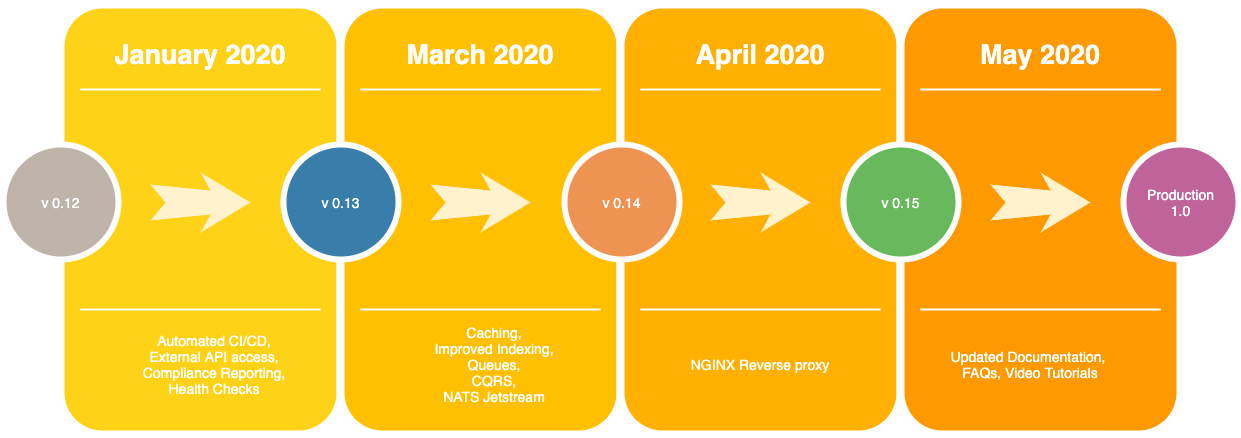
Cingulara/openrmf-io keeps this draw.io diagram as wwwroot/img/OpenRMF-roadmap.png. Above is the earlier version. Source tidied: cells renumbered, new cells last; positions are measured from the earlier drawing's top-left corner, leaving out a move shared by most shapes.
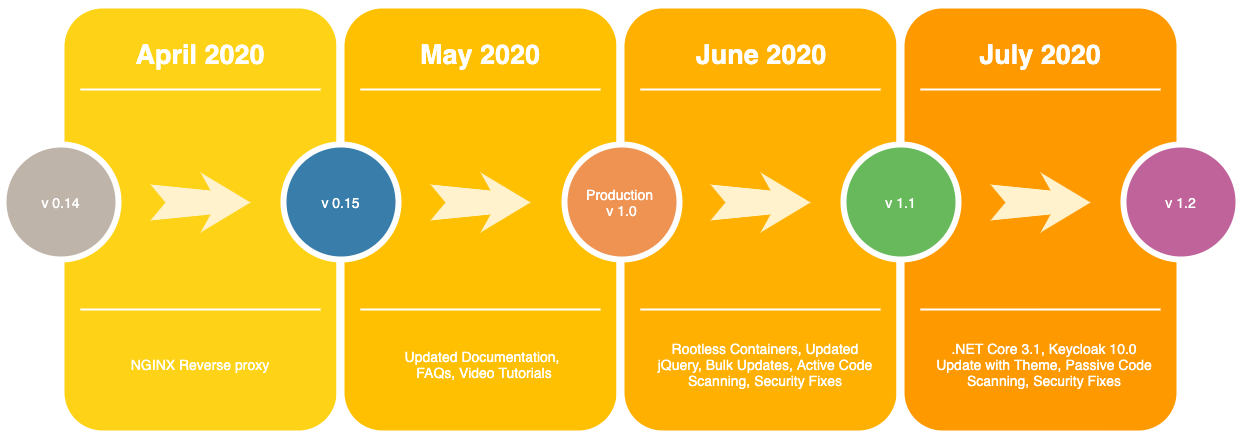
After the change.

Commit message:
Updating the Roadmap; Fixing the email listing

Diff of the diagram source:
```diff
@@ -5,16 +5,13 @@
     <mxCell id="2" style="whiteSpace=wrap;html=1;rounded=1;shadow=0;strokeWidth=8;fontSize=20;align=center;fillColor=#FED217;strokeColor=#FFFFFF;" parent="1" vertex="1">
       <mxGeometry x="57" width="280" height="430" as="geometry" />
     </mxCell>
-    <mxCell id="3" value="January 2020" style="text;html=1;strokeColor=none;fillColor=none;align=center;verticalAlign=middle;whiteSpace=wrap;rounded=0;shadow=0;fontSize=27;fontColor=#FFFFFF;fontStyle=1;" parent="1" vertex="1">
-      <mxGeometry x="57" y="20" width="280" height="60" as="geometry" />
-    </mxCell>
     <mxCell id="4" style="line;strokeWidth=2;html=1;rounded=0;shadow=0;fontSize=27;align=center;fillColor=none;strokeColor=#FFFFFF;" parent="1" vertex="1">
       <mxGeometry x="77" y="80" width="240" height="10" as="geometry" />
     </mxCell>
     <mxCell id="5" style="line;strokeWidth=2;html=1;rounded=0;shadow=0;fontSize=27;align=center;fillColor=none;strokeColor=#FFFFFF;" parent="1" vertex="1">
       <mxGeometry x="77" y="300" width="240" height="10" as="geometry" />
     </mxCell>
-    <mxCell id="6" value="v 0.12" style="ellipse;whiteSpace=wrap;html=1;rounded=0;shadow=0;strokeWidth=6;fontSize=14;align=center;fillColor=#BFB4A9;strokeColor=#FFFFFF;fontColor=#FFFFFF;" parent="1" vertex="1">
+    <mxCell id="6" value="v 0.14" style="ellipse;whiteSpace=wrap;html=1;rounded=0;shadow=0;strokeWidth=6;fontSize=14;align=center;fillColor=#BFB4A9;strokeColor=#FFFFFF;fontColor=#FFFFFF;" parent="1" vertex="1">
       <mxGeometry y="140" width="115" height="115" as="geometry" />
     </mxCell>
     <mxCell id="7" style="html=1;shadow=0;dashed=0;align=center;verticalAlign=middle;shape=mxgraph.arrows2.stylisedArrow;dy=0.6;dx=40;notch=15;feather=0.4;rounded=0;strokeWidth=1;fontSize=27;strokeColor=none;fillColor=#fff2cc;" parent="1" vertex="1">
@@ -23,16 +20,13 @@
     <mxCell id="8" style="whiteSpace=wrap;html=1;rounded=1;shadow=0;strokeWidth=8;fontSize=20;align=center;fillColor=#FFC001;strokeColor=#FFFFFF;" parent="1" vertex="1">
       <mxGeometry x="337" width="280" height="430" as="geometry" />
     </mxCell>
-    <mxCell id="9" value="March 2020" style="text;html=1;strokeColor=none;fillColor=none;align=center;verticalAlign=middle;whiteSpace=wrap;rounded=0;shadow=0;fontSize=27;fontColor=#FFFFFF;fontStyle=1;" parent="1" vertex="1">
-      <mxGeometry x="337" y="20" width="280" height="60" as="geometry" />
-    </mxCell>
     <mxCell id="10" style="line;strokeWidth=2;html=1;rounded=0;shadow=0;fontSize=27;align=center;fillColor=none;strokeColor=#FFFFFF;" parent="1" vertex="1">
       <mxGeometry x="357" y="80" width="240" height="10" as="geometry" />
     </mxCell>
     <mxCell id="11" style="line;strokeWidth=2;html=1;rounded=0;shadow=0;fontSize=27;align=center;fillColor=none;strokeColor=#FFFFFF;" parent="1" vertex="1">
       <mxGeometry x="357" y="300" width="240" height="10" as="geometry" />
     </mxCell>
-    <mxCell id="12" value="v 0.13" style="ellipse;whiteSpace=wrap;html=1;rounded=0;shadow=0;strokeWidth=6;fontSize=14;align=center;fillColor=#397DAA;strokeColor=#FFFFFF;fontColor=#FFFFFF;" parent="1" vertex="1">
+    <mxCell id="12" value="v 0.15" style="ellipse;whiteSpace=wrap;html=1;rounded=0;shadow=0;strokeWidth=6;fontSize=14;align=center;fillColor=#397DAA;strokeColor=#FFFFFF;fontColor=#FFFFFF;" parent="1" vertex="1">
       <mxGeometry x="280" y="140" width="115" height="115" as="geometry" />
     </mxCell>
     <mxCell id="13" style="html=1;shadow=0;dashed=0;align=center;verticalAlign=middle;shape=mxgraph.arrows2.stylisedArrow;dy=0.6;dx=40;notch=15;feather=0.4;rounded=0;strokeWidth=1;fontSize=27;strokeColor=none;fillColor=#fff2cc;" parent="1" vertex="1">
@@ -42,18 +36,15 @@
       <mxGeometry x="617" width="280" height="430" as="geometry" />
     </mxCell>
     <mxCell id="15" value="April 2020" style="text;html=1;strokeColor=none;fillColor=none;align=center;verticalAlign=middle;whiteSpace=wrap;rounded=0;shadow=0;fontSize=27;fontColor=#FFFFFF;fontStyle=1;" parent="1" vertex="1">
-      <mxGeometry x="617" y="20" width="280" height="60" as="geometry" />
+      <mxGeometry x="57" y="20" width="280" height="60" as="geometry" />
     </mxCell>
-    <mxCell id="16" value="Automated CI/CD,&lt;br&gt;External API access,&lt;br&gt;Compliance Reporting,&lt;br&gt;Health Checks" style="text;html=1;strokeColor=none;fillColor=none;align=center;verticalAlign=middle;whiteSpace=wrap;rounded=0;shadow=0;fontSize=14;fontColor=#FFFFFF;" parent="1" vertex="1">
-      <mxGeometry x="71" y="315" width="280" height="90" as="geometry" />
-    </mxCell>
     <mxCell id="17" style="line;strokeWidth=2;html=1;rounded=0;shadow=0;fontSize=27;align=center;fillColor=none;strokeColor=#FFFFFF;" parent="1" vertex="1">
       <mxGeometry x="637" y="80" width="240" height="10" as="geometry" />
     </mxCell>
     <mxCell id="18" style="line;strokeWidth=2;html=1;rounded=0;shadow=0;fontSize=27;align=center;fillColor=none;strokeColor=#FFFFFF;" parent="1" vertex="1">
       <mxGeometry x="637" y="300" width="240" height="10" as="geometry" />
     </mxCell>
-    <mxCell id="19" value="v 0.14" style="ellipse;whiteSpace=wrap;html=1;rounded=0;shadow=0;strokeWidth=6;fontSize=14;align=center;fillColor=#EF9353;strokeColor=#FFFFFF;fontColor=#FFFFFF;" parent="1" vertex="1">
+    <mxCell id="19" value="Production &lt;br&gt;v 1.0" style="ellipse;whiteSpace=wrap;html=1;rounded=0;shadow=0;strokeWidth=6;fontSize=14;align=center;fillColor=#EF9353;strokeColor=#FFFFFF;fontColor=#FFFFFF;" parent="1" vertex="1">
       <mxGeometry x="561" y="140" width="115" height="115" as="geometry" />
     </mxCell>
     <mxCell id="20" style="html=1;shadow=0;dashed=0;align=center;verticalAlign=middle;shape=mxgraph.arrows2.stylisedArrow;dy=0.6;dx=40;notch=15;feather=0.4;rounded=0;strokeWidth=1;fontSize=27;strokeColor=none;fillColor=#fff2cc;" parent="1" vertex="1">
@@ -63,10 +54,10 @@
       <mxGeometry x="897" width="280" height="430" as="geometry" />
     </mxCell>
     <mxCell id="22" value="May 2020" style="text;html=1;strokeColor=none;fillColor=none;align=center;verticalAlign=middle;whiteSpace=wrap;rounded=0;shadow=0;fontSize=27;fontColor=#FFFFFF;fontStyle=1;" parent="1" vertex="1">
-      <mxGeometry x="897" y="20" width="280" height="60" as="geometry" />
+      <mxGeometry x="337" y="20" width="280" height="60" as="geometry" />
     </mxCell>
     <mxCell id="23" value="NGINX Reverse proxy" style="text;html=1;strokeColor=none;fillColor=none;align=center;verticalAlign=middle;whiteSpace=wrap;rounded=0;shadow=0;fontSize=14;fontColor=#FFFFFF;" parent="1" vertex="1">
-      <mxGeometry x="647" y="315" width="220" height="90" as="geometry" />
+      <mxGeometry x="87" y="315" width="220" height="90" as="geometry" />
     </mxCell>
     <mxCell id="24" style="line;strokeWidth=2;html=1;rounded=0;shadow=0;fontSize=27;align=center;fillColor=none;strokeColor=#FFFFFF;" parent="1" vertex="1">
       <mxGeometry x="917" y="80" width="240" height="10" as="geometry" />
@@ -74,20 +65,29 @@
     <mxCell id="25" style="line;strokeWidth=2;html=1;rounded=0;shadow=0;fontSize=27;align=center;fillColor=none;strokeColor=#FFFFFF;" parent="1" vertex="1">
       <mxGeometry x="917" y="300" width="240" height="10" as="geometry" />
     </mxCell>
-    <mxCell id="26" value="v 0.15" style="ellipse;whiteSpace=wrap;html=1;rounded=0;shadow=0;strokeWidth=6;fontSize=14;align=center;fillColor=#68B85C;strokeColor=#FFFFFF;fontColor=#FFFFFF;" parent="1" vertex="1">
+    <mxCell id="26" value="v 1.1" style="ellipse;whiteSpace=wrap;html=1;rounded=0;shadow=0;strokeWidth=6;fontSize=14;align=center;fillColor=#68B85C;strokeColor=#FFFFFF;fontColor=#FFFFFF;" parent="1" vertex="1">
       <mxGeometry x="840" y="140" width="115" height="115" as="geometry" />
     </mxCell>
     <mxCell id="27" style="html=1;shadow=0;dashed=0;align=center;verticalAlign=middle;shape=mxgraph.arrows2.stylisedArrow;dy=0.6;dx=40;notch=15;feather=0.4;rounded=0;strokeWidth=1;fontSize=27;strokeColor=none;fillColor=#fff2cc;" parent="1" vertex="1">
       <mxGeometry x="987" y="168" width="100" height="60" as="geometry" />
     </mxCell>
-    <mxCell id="28" value="Production&lt;br&gt;1.0" style="ellipse;whiteSpace=wrap;html=1;rounded=0;shadow=0;strokeWidth=6;fontSize=14;align=center;fillColor=#BF639A;strokeColor=#FFFFFF;fontColor=#FFFFFF;" parent="1" vertex="1">
+    <mxCell id="28" value="v 1.2" style="ellipse;whiteSpace=wrap;html=1;rounded=0;shadow=0;strokeWidth=6;fontSize=14;align=center;fillColor=#BF639A;strokeColor=#FFFFFF;fontColor=#FFFFFF;" parent="1" vertex="1">
       <mxGeometry x="1120" y="140" width="115" height="115" as="geometry" />
     </mxCell>
-    <mxCell id="29" value="Caching,&lt;br&gt;Improved Indexing,&lt;br&gt;Queues,&lt;br&gt;CQRS,&lt;br&gt;NATS Jetstream" style="text;html=1;strokeColor=none;fillColor=none;align=center;verticalAlign=middle;whiteSpace=wrap;rounded=0;shadow=0;fontSize=14;fontColor=#FFFFFF;" parent="1" vertex="1">
-      <mxGeometry x="351" y="315" width="280" height="90" as="geometry" />
-    </mxCell>
     <mxCell id="30" value="Updated Documentation, &lt;br&gt;FAQs, Video Tutorials" style="text;html=1;strokeColor=none;fillColor=none;align=center;verticalAlign=middle;whiteSpace=wrap;rounded=0;shadow=0;fontSize=14;fontColor=#FFFFFF;" parent="1" vertex="1">
-      <mxGeometry x="917" y="315" width="220" height="90" as="geometry" />
+      <mxGeometry x="371" y="315" width="220" height="90" as="geometry" />
     </mxCell>
+    <mxCell id="31" value="June 2020" style="text;html=1;strokeColor=none;fillColor=none;align=center;verticalAlign=middle;whiteSpace=wrap;rounded=0;shadow=0;fontSize=27;fontColor=#FFFFFF;fontStyle=1;" parent="1" vertex="1">
+      <mxGeometry x="618" y="20" width="280" height="60" as="geometry" />
+    </mxCell>
+    <mxCell id="32" value="Rootless Containers, Updated jQuery, Bulk Updates, Active Code Scanning, Security Fixes" style="text;html=1;strokeColor=none;fillColor=none;align=center;verticalAlign=middle;whiteSpace=wrap;rounded=0;shadow=0;fontSize=14;fontColor=#FFFFFF;" parent="1" vertex="1">
+      <mxGeometry x="652" y="315" width="220" height="90" as="geometry" />
+    </mxCell>
+    <mxCell id="33" value="July 2020" style="text;html=1;strokeColor=none;fillColor=none;align=center;verticalAlign=middle;whiteSpace=wrap;rounded=0;shadow=0;fontSize=27;fontColor=#FFFFFF;fontStyle=1;" parent="1" vertex="1">
+      <mxGeometry x="897" y="20" width="280" height="60" as="geometry" />
+    </mxCell>
+    <mxCell id="34" value=".NET Core 3.1, Keycloak 10.0 Update with Theme, Passive Code Scanning, Security Fixes" style="text;html=1;strokeColor=none;fillColor=none;align=center;verticalAlign=middle;whiteSpace=wrap;rounded=0;shadow=0;fontSize=14;fontColor=#FFFFFF;" parent="1" vertex="1">
+      <mxGeometry x="931" y="315" width="220" height="90" as="geometry" />
+    </mxCell>
   </root>
 </mxGraphModel>
```
